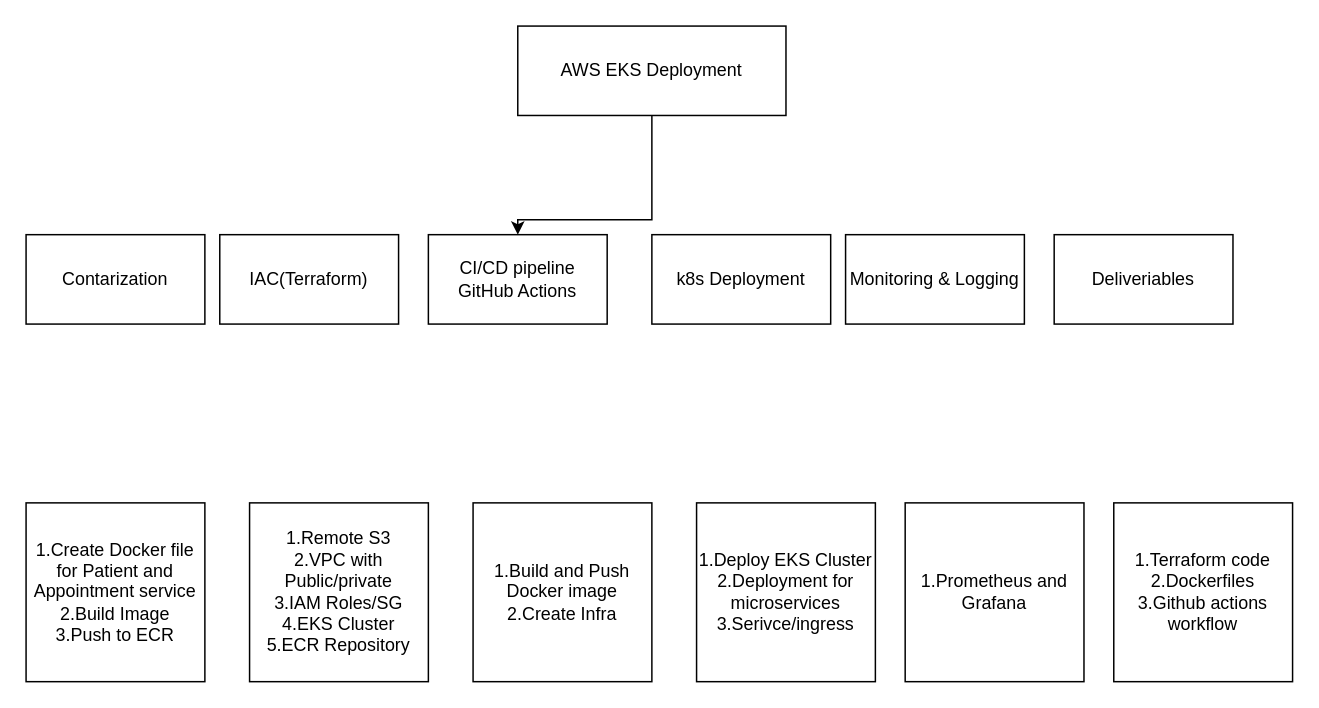
Above: Infra/Untitled Diagram.drawio in agarapunaveen/NSH-usecase-2 (draw.io), before the change. Source tidied: cells renumbered, new cells numbered last; positions are measured from the earlier drawing's top-left corner, leaving out a move shared by most shapes. Both pictures are drawn from the tidied source at 149%, with x=0, y=0 at pixel (25, 25).
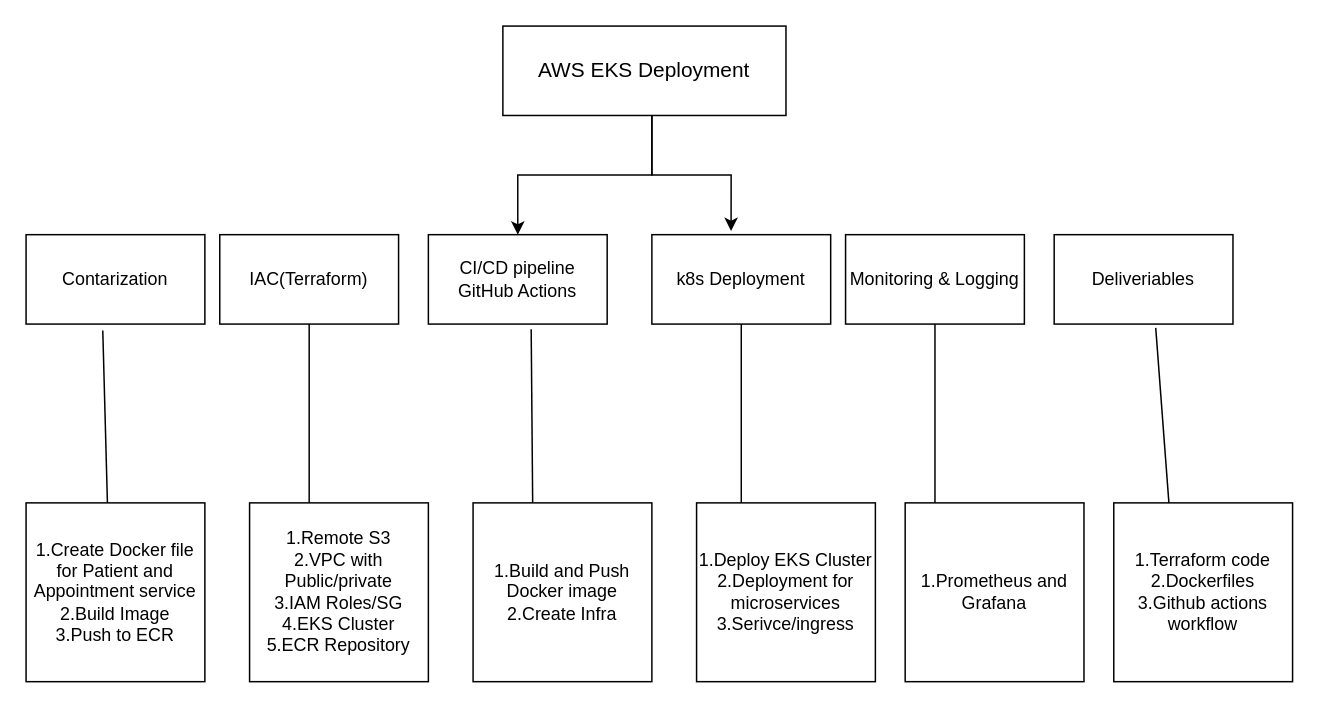
The same page after the edit.

Unchanged cells that the change refers to:
```xml
<mxCell id="4" value="CI/CD pipeline&lt;div&gt;GitHub Actions&lt;/div&gt;" style="whiteSpace=wrap;html=1;rounded=0;" parent="1" vertex="1">
  <mxGeometry x="270" y="140" width="120" height="60" as="geometry" />
</mxCell>
<mxCell id="5" value="IAC(Terraform)" style="rounded=0;whiteSpace=wrap;html=1;" parent="1" vertex="1">
  <mxGeometry x="130" y="140" width="120" height="60" as="geometry" />
</mxCell>
<mxCell id="6" value="k8s Deployment" style="rounded=0;whiteSpace=wrap;html=1;" parent="1" vertex="1">
  <mxGeometry x="420" y="140" width="120" height="60" as="geometry" />
</mxCell>
<mxCell id="7" value="Contarization" style="rounded=0;whiteSpace=wrap;html=1;" parent="1" vertex="1">
  <mxGeometry y="140" width="120" height="60" as="geometry" />
</mxCell>
<mxCell id="8" value="Monitoring &amp;amp; Logging" style="rounded=0;whiteSpace=wrap;html=1;" parent="1" vertex="1">
  <mxGeometry x="550" y="140" width="120" height="60" as="geometry" />
</mxCell>
<mxCell id="9" value="Deliveriables" style="rounded=0;whiteSpace=wrap;html=1;" parent="1" vertex="1">
  <mxGeometry x="690" y="140" width="120" height="60" as="geometry" />
</mxCell>
```

What changed in the source:
```diff
@@
     <mxCell id="2" style="edgeStyle=orthogonalEdgeStyle;rounded=0;jettySize=auto;html=1;" parent="1" edge="1" source="3" target="4">
       <mxGeometry relative="1" as="geometry">
         <Array as="points">
-          <mxPoint x="420" y="130" />
-          <mxPoint x="330" y="130" />
+          <mxPoint x="420" y="100" />
+          <mxPoint x="330" y="100" />
         </Array>
       </mxGeometry>
     </mxCell>
-    <mxCell id="3" value="AWS EKS Deployment" style="rounded=0;whiteSpace=wrap;html=1;" parent="1" vertex="1">
-      <mxGeometry x="330" width="180" height="60" as="geometry" />
+    <mxCell id="3" value="&lt;font style=&quot;font-size: 14px;&quot;&gt;AWS EKS Deployment&lt;/font&gt;" style="rounded=0;whiteSpace=wrap;html=1;" parent="1" vertex="1">
+      <mxGeometry x="320" width="190" height="60" as="geometry" />
     </mxCell>
@@
+    <mxCell id="16" style="edgeStyle=orthogonalEdgeStyle;rounded=0;jettySize=auto;html=1;entryX=0.443;entryY=-0.04;entryDx=0;entryDy=0;entryPerimeter=0;" parent="1" edge="1" source="3" target="6">
+      <mxGeometry relative="1" as="geometry">
+        <Array as="points">
+          <mxPoint x="420" y="100" />
+          <mxPoint x="473" y="100" />
+        </Array>
+      </mxGeometry>
+    </mxCell>
+    <mxCell id="17" style="endArrow=none;html=1;rounded=0;entryX=0.429;entryY=1.071;entryDx=0;entryDy=0;entryPerimeter=0;" parent="1" edge="1" target="7">
+      <mxGeometry relative="1" as="geometry">
+        <mxPoint x="54.6" y="320" as="sourcePoint" />
+      </mxGeometry>
+    </mxCell>
+    <mxCell id="18" style="endArrow=none;html=1;rounded=0;entryX=0.5;entryY=1;entryDx=0;entryDy=0;" parent="1" edge="1" target="5">
+      <mxGeometry relative="1" as="geometry">
+        <mxPoint x="190" y="320" as="sourcePoint" />
+      </mxGeometry>
+    </mxCell>
+    <mxCell id="19" style="endArrow=none;html=1;rounded=0;entryX=0.575;entryY=1.057;entryDx=0;entryDy=0;entryPerimeter=0;" parent="1" edge="1" target="4">
+      <mxGeometry relative="1" as="geometry">
+        <mxPoint x="340" y="320" as="sourcePoint" />
+      </mxGeometry>
+    </mxCell>
+    <mxCell id="20" style="endArrow=none;html=1;rounded=0;entryX=0.5;entryY=1;entryDx=0;entryDy=0;" parent="1" edge="1" target="6">
+      <mxGeometry relative="1" as="geometry">
+        <mxPoint x="480" y="320" as="sourcePoint" />
+      </mxGeometry>
+    </mxCell>
+    <mxCell id="21" style="endArrow=none;html=1;rounded=0;entryX=0.5;entryY=1;entryDx=0;entryDy=0;" parent="1" edge="1" target="8">
+      <mxGeometry relative="1" as="geometry">
+        <mxPoint x="610" y="320" as="sourcePoint" />
+      </mxGeometry>
+    </mxCell>
+    <mxCell id="22" style="endArrow=none;html=1;rounded=0;entryX=0.568;entryY=1.043;entryDx=0;entryDy=0;entryPerimeter=0;" parent="1" edge="1" target="9">
+      <mxGeometry relative="1" as="geometry">
+        <mxPoint x="767" y="320" as="sourcePoint" />
+      </mxGeometry>
+    </mxCell>
```
